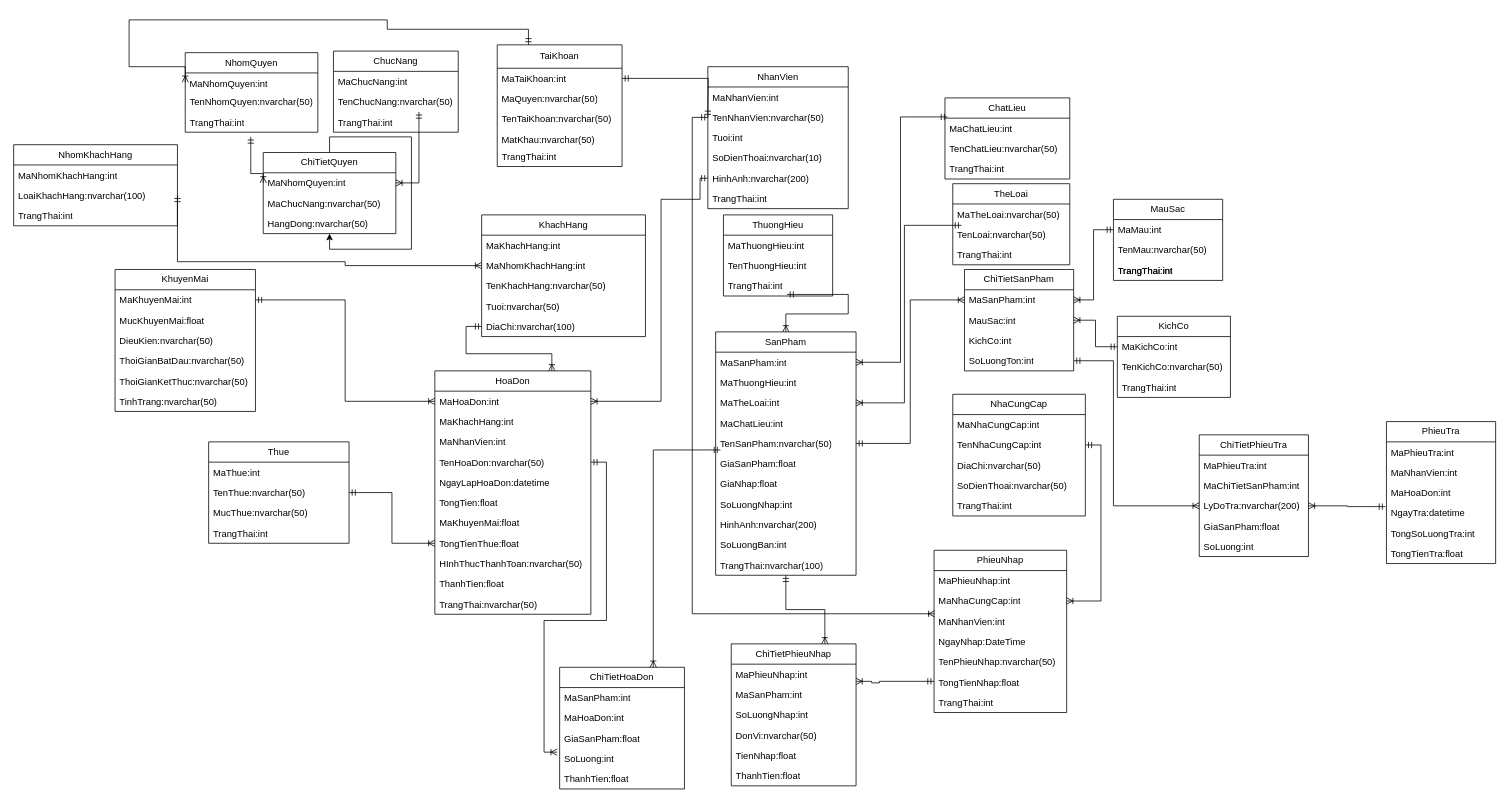
This is Biểu đồ không có tiêu đề (1).drawio from maivantai2003/Database, a draw.io file, before an edit. Source tidied: cells renumbered, new cells numbered last; positions are measured from the earlier drawing's top-left corner, leaving out a move shared by most shapes. Both pictures are drawn from the tidied source at 78%, with x=0, y=0 at pixel (13, 20).
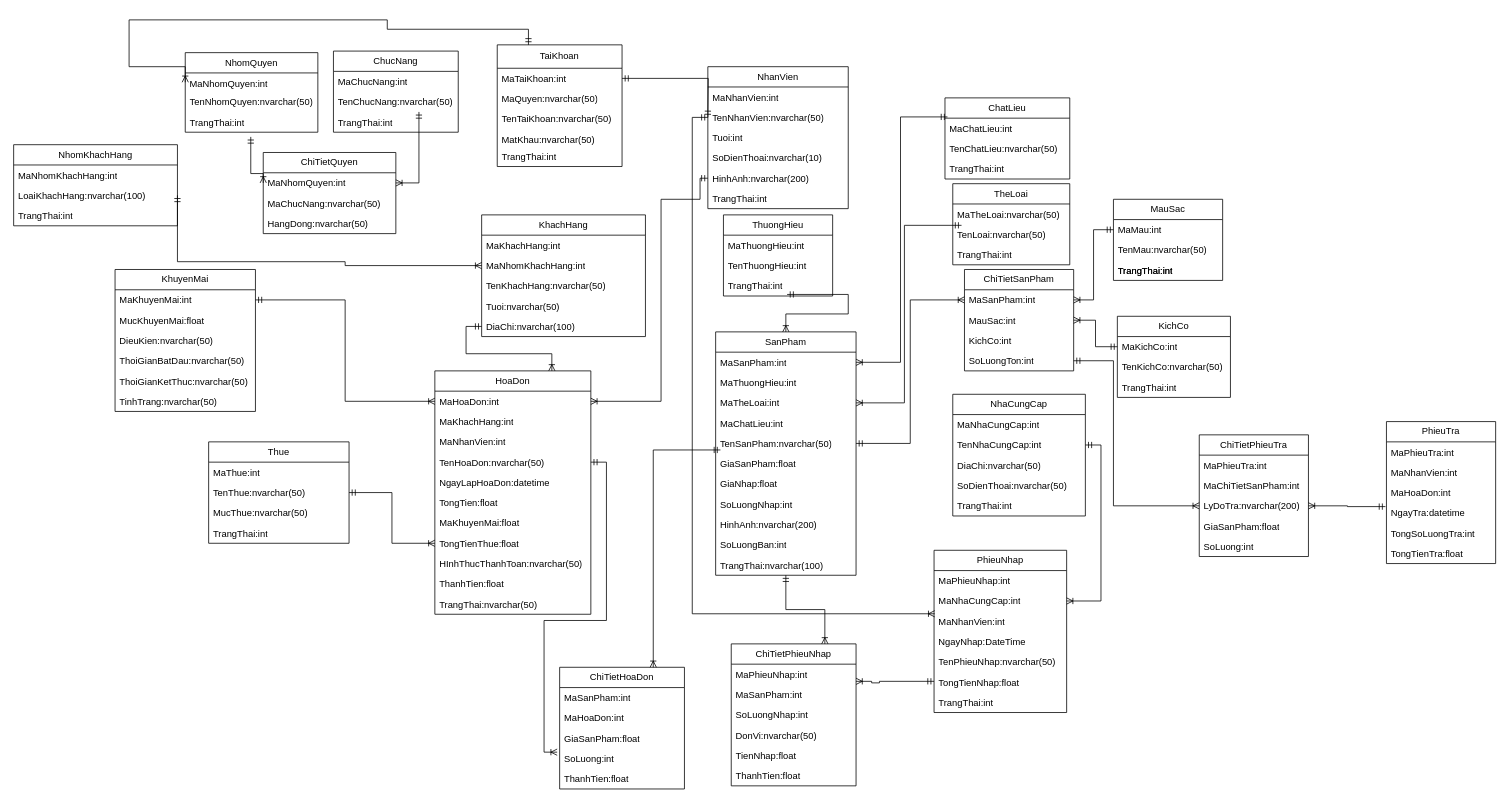
Above is the later version.

Commit message:
Cập nhật Biểu đồ không có tiêu đề (1).drawio

The change refers to these unchanged cells:
```xml
<mxCell id="10" value="ChiTietQuyen" style="swimlane;fontStyle=0;horizontal=1;startSize=26;fillColor=none;whiteSpace=wrap;html=1;" parent="1" vertex="1">
  <mxGeometry x="320" y="170" width="170" height="104" as="geometry" />
</mxCell>
```

Change to the diagram source:
```diff
@@
-    <mxCell id="142" style="edgeStyle=orthogonalEdgeStyle;rounded=0;orthogonalLoop=1;jettySize=auto;html=1;exitX=0.5;exitY=0;exitDx=0;exitDy=0;" parent="1" edge="1" source="10" target="10">
-      <mxGeometry relative="1" as="geometry" />
-    </mxCell>
```
